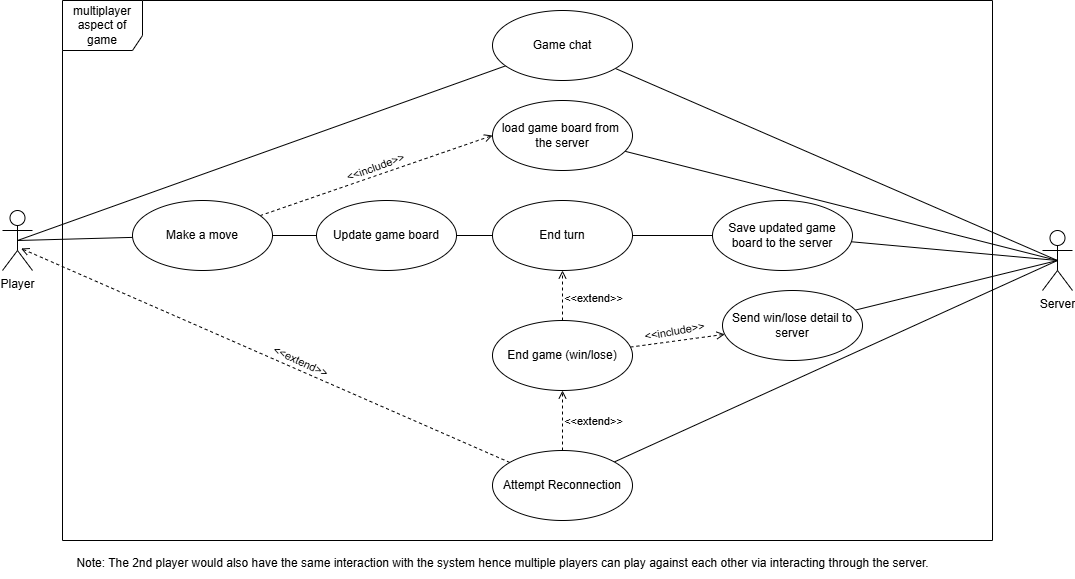
Earlier version of the draw.io export iteration1_deliverables/use_case_diagrams/use_case_diagram_networking.png (SarimEkram/Multiplayer-Board-platform). Source tidied: cells renumbered, new cells last; positions are measured from the earlier drawing's top-left corner, leaving out a move shared by most shapes.
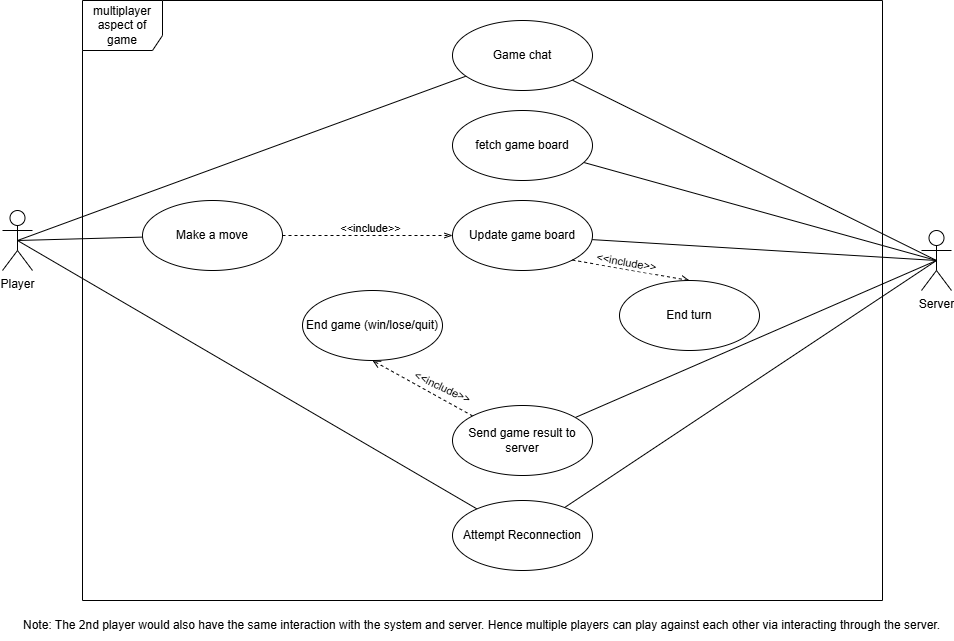
Above is the later version.

Commit message:
Updated the use case diagram to make it concise and clearer.

The edit, as a diff of the source:
```diff
@@ -3,13 +3,13 @@
     <mxCell id="0" />
     <mxCell id="1" parent="0" />
     <mxCell id="2" value="multiplayer aspect of game" style="shape=umlFrame;whiteSpace=wrap;html=1;width=80;height=50;" parent="1" vertex="1">
-      <mxGeometry x="60" width="930" height="540" as="geometry" />
+      <mxGeometry x="120" width="800" height="600" as="geometry" />
     </mxCell>
     <mxCell id="3" value="Player" style="shape=umlActor;verticalLabelPosition=bottom;verticalAlign=top;html=1;" parent="1" vertex="1">
-      <mxGeometry y="210" width="30" height="60" as="geometry" />
+      <mxGeometry x="40" y="210" width="30" height="60" as="geometry" />
     </mxCell>
     <mxCell id="4" value="Server" style="shape=umlActor;verticalLabelPosition=bottom;verticalAlign=top;html=1;" parent="1" vertex="1">
-      <mxGeometry x="1040" y="230" width="30" height="60" as="geometry" />
+      <mxGeometry x="959" y="230" width="30" height="60" as="geometry" />
     </mxCell>
     <mxCell id="5" style="rounded=0;jettySize=auto;html=1;endArrow=none;startFill=0;entryX=0.5;entryY=0.5;entryDx=0;entryDy=0;entryPerimeter=0;" parent="1" edge="1" source="7" target="3">
       <mxGeometry relative="1" as="geometry" />
@@ -18,98 +18,73 @@
       <mxGeometry relative="1" as="geometry" />
     </mxCell>
     <mxCell id="7" value="Game chat" style="ellipse;whiteSpace=wrap;html=1;" parent="1" vertex="1">
-      <mxGeometry x="490" y="10" width="140" height="70" as="geometry" />
+      <mxGeometry x="490" y="20" width="140" height="70" as="geometry" />
     </mxCell>
     <mxCell id="8" style="rounded=0;jettySize=auto;html=1;entryX=0.5;entryY=0.5;entryDx=0;entryDy=0;entryPerimeter=0;endArrow=none;startFill=0;" parent="1" edge="1" source="12" target="3">
       <mxGeometry relative="1" as="geometry" />
     </mxCell>
-    <mxCell id="9" style="rounded=0;jettySize=auto;html=1;endArrow=none;startFill=0;" parent="1" edge="1" source="12" target="14">
+    <mxCell id="9" style="rounded=0;jettySize=auto;html=1;endArrow=openThin;startFill=0;dashed=1;endFill=0;" parent="1" edge="1" source="12" target="14">
       <mxGeometry relative="1" as="geometry" />
     </mxCell>
-    <mxCell id="10" style="rounded=0;jettySize=auto;html=1;endArrow=open;endFill=0;dashed=1;entryX=0;entryY=0.5;entryDx=0;entryDy=0;" parent="1" edge="1" source="12" target="33">
-      <mxGeometry relative="1" as="geometry" />
-    </mxCell>
-    <mxCell id="11" value="&amp;lt;&amp;lt;include&amp;gt;&amp;gt;" style="edgeLabel;html=1;align=center;verticalAlign=middle;rotation=-20;" parent="10" vertex="1">
-      <mxGeometry x="0.09" y="-4" relative="1" as="geometry">
-        <mxPoint x="-13" y="-9" as="offset" />
-      </mxGeometry>
-    </mxCell>
+    <mxCell id="35" value="&amp;lt;&amp;lt;include&amp;gt;&amp;gt;" style="edgeLabel;html=1;align=center;verticalAlign=middle;" parent="9" vertex="1">
+      <mxGeometry x="0.04" y="1" relative="1" as="geometry">
+        <mxPoint x="-1" y="-7" as="offset" />
+      </mxGeometry>
+    </mxCell>
     <mxCell id="12" value="Make a move" style="ellipse;whiteSpace=wrap;html=1;" parent="1" vertex="1">
-      <mxGeometry x="130" y="200" width="140" height="70" as="geometry" />
+      <mxGeometry x="180" y="200" width="140" height="70" as="geometry" />
     </mxCell>
-    <mxCell id="13" style="rounded=0;jettySize=auto;html=1;endArrow=none;startFill=0;" parent="1" edge="1" source="14" target="18">
+    <mxCell id="13" style="rounded=0;jettySize=auto;html=1;endArrow=none;startFill=0;entryX=0.5;entryY=0.5;entryDx=0;entryDy=0;entryPerimeter=0;" parent="1" edge="1" source="14" target="4">
       <mxGeometry relative="1" as="geometry" />
     </mxCell>
     <mxCell id="14" value="Update game board" style="ellipse;whiteSpace=wrap;html=1;" parent="1" vertex="1">
-      <mxGeometry x="314" y="200" width="140" height="70" as="geometry" />
+      <mxGeometry x="490" y="200" width="140" height="70" as="geometry" />
     </mxCell>
-    <mxCell id="15" style="rounded=0;jettySize=auto;html=1;endArrow=open;endFill=0;dashed=1;exitX=0.5;exitY=0;exitDx=0;exitDy=0;entryX=0.5;entryY=1;entryDx=0;entryDy=0;" parent="1" edge="1" source="21" target="18">
-      <mxGeometry relative="1" as="geometry" />
-    </mxCell>
-    <mxCell id="16" value="&amp;lt;&amp;lt;extend&amp;gt;&amp;gt;" style="edgeLabel;html=1;align=center;verticalAlign=middle;" parent="15" vertex="1">
-      <mxGeometry x="-0.25" relative="1" as="geometry">
-        <mxPoint x="30" y="-4" as="offset" />
-      </mxGeometry>
-    </mxCell>
-    <mxCell id="17" style="rounded=0;jettySize=auto;html=1;endArrow=none;startFill=0;" parent="1" edge="1" source="18" target="31">
-      <mxGeometry relative="1" as="geometry" />
-    </mxCell>
+    <mxCell id="36" style="rounded=0;jettySize=auto;html=1;endArrow=open;endFill=0;dashed=1;exitX=1;exitY=1;exitDx=0;exitDy=0;entryX=0.5;entryY=0;entryDx=0;entryDy=0;" parent="1" edge="1" source="14" target="18">
+      <mxGeometry relative="1" as="geometry" />
+    </mxCell>
+    <mxCell id="37" value="&amp;lt;&amp;lt;include&amp;gt;&amp;gt;" style="edgeLabel;html=1;align=center;verticalAlign=middle;rotation=10;" parent="36" vertex="1">
+      <mxGeometry x="-0.27" y="-1" relative="1" as="geometry">
+        <mxPoint x="11" y="-7" as="offset" />
+      </mxGeometry>
+    </mxCell>
     <mxCell id="18" value="End turn" style="ellipse;whiteSpace=wrap;html=1;" parent="1" vertex="1">
-      <mxGeometry x="490" y="200" width="140" height="70" as="geometry" />
+      <mxGeometry x="657" y="280" width="140" height="70" as="geometry" />
     </mxCell>
-    <mxCell id="19" style="rounded=0;jettySize=auto;html=1;dashed=1;endArrow=open;endFill=0;" parent="1" edge="1" source="21" target="23">
+    <mxCell id="19" style="rounded=0;jettySize=auto;html=1;dashed=1;endArrow=open;endFill=0;entryX=0.5;entryY=1;entryDx=0;entryDy=0;exitX=0;exitY=0;exitDx=0;exitDy=0;" parent="1" edge="1" source="23" target="21">
       <mxGeometry relative="1" as="geometry" />
     </mxCell>
-    <mxCell id="20" value="&amp;lt;&amp;lt;include&amp;gt;&amp;gt;" style="edgeLabel;html=1;align=center;verticalAlign=middle;rotation=-10;" parent="19" vertex="1">
+    <mxCell id="20" value="&amp;lt;&amp;lt;include&amp;gt;&amp;gt;" style="edgeLabel;html=1;align=center;verticalAlign=middle;rotation=25;" parent="19" vertex="1">
       <mxGeometry x="-0.06" y="-1" relative="1" as="geometry">
-        <mxPoint x="-1" y="-11" as="offset" />
+        <mxPoint x="17" y="-2" as="offset" />
       </mxGeometry>
     </mxCell>
-    <mxCell id="21" value="End game (win/lose)" style="ellipse;whiteSpace=wrap;html=1;" parent="1" vertex="1">
-      <mxGeometry x="490" y="320" width="140" height="70" as="geometry" />
+    <mxCell id="21" value="End game (win/lose/quit)" style="ellipse;whiteSpace=wrap;html=1;" parent="1" vertex="1">
+      <mxGeometry x="340" y="290" width="140" height="70" as="geometry" />
     </mxCell>
     <mxCell id="22" style="rounded=0;jettySize=auto;html=1;entryX=0.5;entryY=0.5;entryDx=0;entryDy=0;entryPerimeter=0;endArrow=none;startFill=0;" parent="1" edge="1" source="23" target="4">
       <mxGeometry relative="1" as="geometry" />
     </mxCell>
-    <mxCell id="23" value="Send win/lose detail to server" style="ellipse;whiteSpace=wrap;html=1;" parent="1" vertex="1">
-      <mxGeometry x="720" y="290" width="140" height="70" as="geometry" />
+    <mxCell id="23" value="Send game result to server" style="ellipse;whiteSpace=wrap;html=1;" parent="1" vertex="1">
+      <mxGeometry x="490" y="405" width="140" height="70" as="geometry" />
     </mxCell>
     <mxCell id="24" style="rounded=0;jettySize=auto;html=1;endArrow=none;startFill=0;entryX=0.5;entryY=0.5;entryDx=0;entryDy=0;entryPerimeter=0;" parent="1" edge="1" source="29" target="4">
       <mxGeometry relative="1" as="geometry" />
     </mxCell>
-    <mxCell id="25" style="rounded=0;jettySize=auto;html=1;endArrow=open;endFill=0;dashed=1;entryX=0.62;entryY=0.633;entryDx=0;entryDy=0;entryPerimeter=0;" parent="1" edge="1" source="29" target="3">
+    <mxCell id="25" style="rounded=0;jettySize=auto;html=1;endArrow=none;endFill=0;entryX=0.5;entryY=0.5;entryDx=0;entryDy=0;entryPerimeter=0;startFill=0;" parent="1" edge="1" source="29" target="3">
       <mxGeometry relative="1" as="geometry" />
     </mxCell>
-    <mxCell id="26" value="&amp;lt;&amp;lt;extend&amp;gt;&amp;gt;" style="edgeLabel;html=1;align=center;verticalAlign=middle;rotation=25;" parent="25" vertex="1">
-      <mxGeometry x="-0.1" y="2" relative="1" as="geometry">
-        <mxPoint x="11" y="-7" as="offset" />
-      </mxGeometry>
-    </mxCell>
-    <mxCell id="27" style="rounded=0;jettySize=auto;html=1;dashed=1;endArrow=open;endFill=0;" parent="1" edge="1" source="29" target="21">
-      <mxGeometry relative="1" as="geometry" />
-    </mxCell>
-    <mxCell id="28" value="&amp;lt;&amp;lt;extend&amp;gt;&amp;gt;" style="edgeLabel;html=1;align=center;verticalAlign=middle;" parent="27" vertex="1">
-      <mxGeometry x="-0.02" y="-2" relative="1" as="geometry">
-        <mxPoint x="28" as="offset" />
-      </mxGeometry>
-    </mxCell>
     <mxCell id="29" value="Attempt Reconnection" style="ellipse;whiteSpace=wrap;html=1;" parent="1" vertex="1">
-      <mxGeometry x="490" y="450" width="140" height="70" as="geometry" />
+      <mxGeometry x="490" y="500" width="140" height="70" as="geometry" />
     </mxCell>
-    <mxCell id="30" style="rounded=0;jettySize=auto;html=1;endArrow=none;startFill=0;entryX=0.5;entryY=0.5;entryDx=0;entryDy=0;entryPerimeter=0;" parent="1" edge="1" source="31" target="4">
-      <mxGeometry relative="1" as="geometry" />
-    </mxCell>
-    <mxCell id="31" value="Save updated game board to the server" style="ellipse;whiteSpace=wrap;html=1;" parent="1" vertex="1">
-      <mxGeometry x="710" y="200" width="140" height="70" as="geometry" />
-    </mxCell>
     <mxCell id="32" style="rounded=0;jettySize=auto;html=1;endArrow=none;startFill=0;entryX=0.5;entryY=0.5;entryDx=0;entryDy=0;entryPerimeter=0;" parent="1" edge="1" source="33" target="4">
       <mxGeometry relative="1" as="geometry" />
     </mxCell>
-    <mxCell id="33" value="load game board from&amp;nbsp;&lt;div&gt;the server&lt;/div&gt;" style="ellipse;whiteSpace=wrap;html=1;" parent="1" vertex="1">
-      <mxGeometry x="490" y="100" width="140" height="70" as="geometry" />
+    <mxCell id="33" value="fetch game board" style="ellipse;whiteSpace=wrap;html=1;" parent="1" vertex="1">
+      <mxGeometry x="490" y="110" width="140" height="70" as="geometry" />
     </mxCell>
-    <mxCell id="34" value="Note: The 2nd player would also have the same interaction with the system hence multiple players can play against each other via interacting through the server." style="text;html=1;align=center;verticalAlign=middle;strokeColor=none;fillColor=none;" parent="1" vertex="1">
-      <mxGeometry x="60" y="548" width="880" height="30" as="geometry" />
+    <mxCell id="34" value="Note: The 2nd player would also have the same interaction with the system and server. Hence multiple players can play against each other via interacting through the server." style="text;html=1;align=center;verticalAlign=middle;strokeColor=none;fillColor=none;" parent="1" vertex="1">
+      <mxGeometry x="49" y="610" width="940" height="30" as="geometry" />
     </mxCell>
   </root>
 </mxGraphModel>
```
